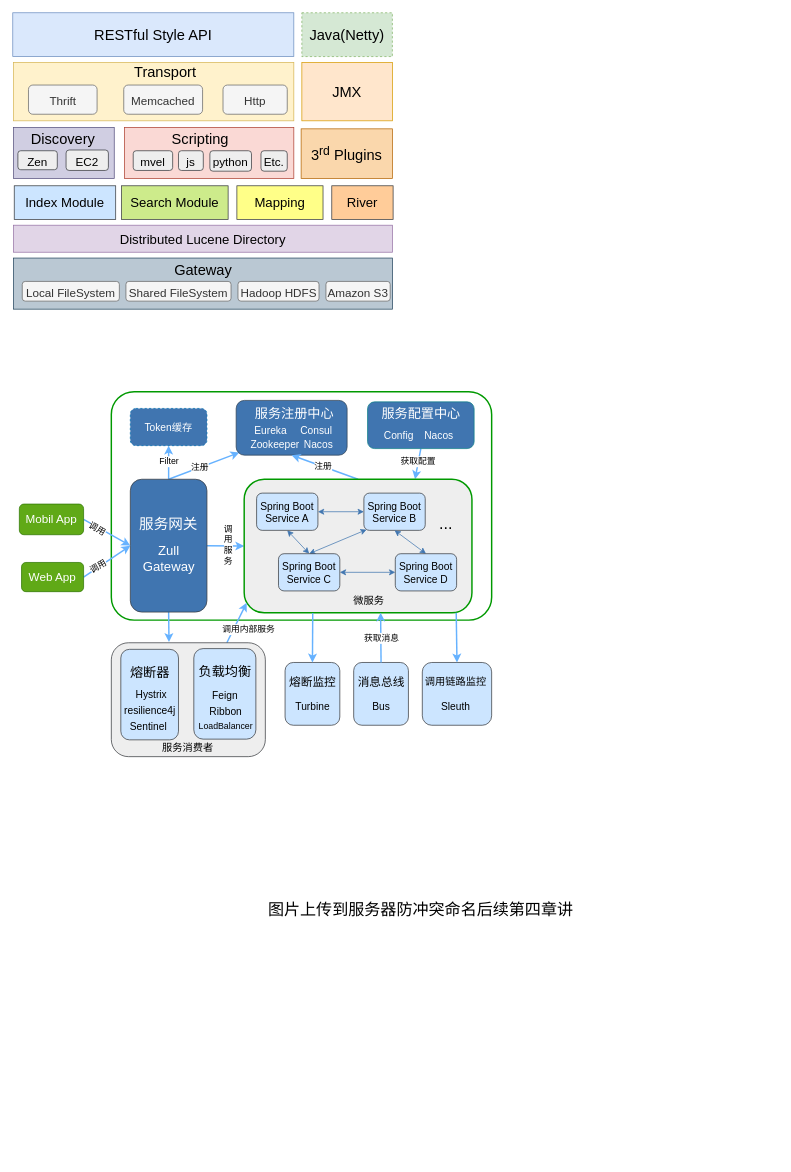
Before: page "第 3 页" (3 of 4) of 未命名绘图.drawio in Life-Cycle/xixi, a draw.io diagram. Source tidied: cells renumbered, new cells numbered last; positions are measured from the earlier drawing's top-left corner, leaving out a move shared by most shapes. Both pictures are drawn from the tidied source at 73%, with x=0, y=0 at pixel (12, 12).
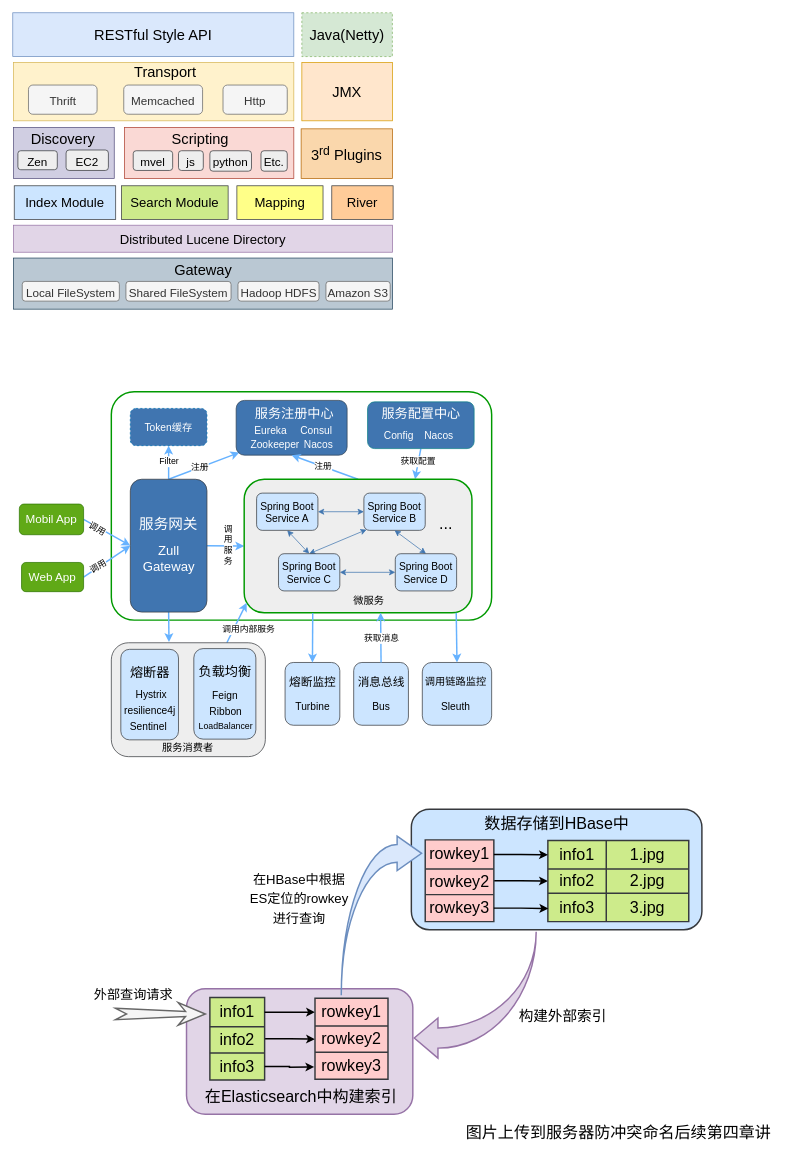
The same page after the edit.

What changed in the source:
```diff
@@
     <mxCell id="103" value="&lt;p class=&quot;MsoNormal&quot; style=&quot;text-indent: 24.0pt ; line-height: 20.0pt&quot;&gt;&lt;span&gt;&lt;font color=&quot;#000000&quot;&gt;图片上传到服务器防冲突命名后续第四章讲&lt;/font&gt;&lt;/span&gt;&lt;span lang=&quot;EN-US&quot; style=&quot;font-family: &amp;#34;times new roman&amp;#34; , serif&quot;&gt;&lt;/span&gt;&lt;/p&gt;" style="text;whiteSpace=wrap;html=1;fontSize=22;fontColor=#4075B0;" parent="1" vertex="1">
-      <mxGeometry x="316.4" y="1188.2" width="461" height="76" as="geometry" />
+      <mxGeometry x="587" y="1493" width="461" height="76" as="geometry" />
     </mxCell>
+    <mxCell id="104" style="rounded=1;whiteSpace=wrap;html=1;labelBackgroundColor=none;fontSize=22;strokeColor=#36393d;strokeWidth=2;fillColor=#cce5ff;" parent="1" vertex="1">
+      <mxGeometry x="546" y="1091" width="398" height="165" as="geometry" />
+    </mxCell>
+    <mxCell id="105" value="数据存储到HBase中" style="text;html=1;strokeColor=none;fillColor=none;align=center;verticalAlign=middle;whiteSpace=wrap;rounded=0;labelBackgroundColor=none;fontSize=22;fontColor=#000000;" parent="1" vertex="1">
+      <mxGeometry x="637.5" y="1096" width="215" height="30" as="geometry" />
+    </mxCell>
+    <mxCell id="106" style="rounded=1;whiteSpace=wrap;html=1;labelBackgroundColor=none;fontSize=22;strokeColor=#9673a6;strokeWidth=2;fillColor=#e1d5e7;" parent="1" vertex="1">
+      <mxGeometry x="238" y="1337" width="310" height="172" as="geometry" />
+    </mxCell>
+    <mxCell id="107" value="在Elasticsearch中构建索引" style="text;html=1;strokeColor=none;fillColor=none;align=center;verticalAlign=middle;whiteSpace=wrap;rounded=0;labelBackgroundColor=none;fontSize=22;fontColor=#000000;" parent="1" vertex="1">
+      <mxGeometry x="261.8" y="1470" width="265.5" height="30" as="geometry" />
+    </mxCell>
+    <mxCell id="108" style="rounded=0;jettySize=auto;html=1;exitX=1;exitY=0.5;exitDx=0;exitDy=0;entryX=0;entryY=0.5;entryDx=0;entryDy=0;fontSize=22;fontColor=#000000;startArrow=none;startFill=0;endArrow=classic;endFill=1;strokeColor=#000000;strokeWidth=2;edgeStyle=orthogonalEdgeStyle;" parent="1" edge="1" source="109" target="120">
+      <mxGeometry relative="1" as="geometry" />
+    </mxCell>
+    <mxCell id="109" style="shape=table;startSize=0;childLayout=tableLayout;labelBackgroundColor=none;fontSize=22;strokeColor=#36393d;strokeWidth=2;fillColor=#ffcccc;" parent="1" vertex="1">
+      <mxGeometry x="565" y="1133" width="94" height="112" as="geometry" />
+    </mxCell>
+    <mxCell id="110" style="shape=tableRow;horizontal=0;startSize=0;swimlaneHead=0;swimlaneBody=0;top=0;left=0;bottom=0;right=0;fillColor=none;points=[[0,0.5],[1,0.5]];portConstraint=eastwest;labelBackgroundColor=none;fontSize=22;fontColor=#000000;strokeColor=#000000;strokeWidth=2;" parent="109" vertex="1">
+      <mxGeometry width="94" height="40" as="geometry" />
+    </mxCell>
+    <mxCell id="111" value="&lt;span&gt;rowkey1&lt;/span&gt;" style="shape=partialRectangle;html=1;whiteSpace=wrap;overflow=hidden;fillColor=none;top=0;left=0;bottom=0;right=0;labelBackgroundColor=none;fontSize=22;fontColor=#000000;strokeColor=#000000;strokeWidth=2;" parent="110" vertex="1">
+      <mxGeometry width="94" height="40" as="geometry" />
+    </mxCell>
+    <mxCell id="112" style="shape=tableRow;horizontal=0;startSize=0;swimlaneHead=0;swimlaneBody=0;top=0;left=0;bottom=0;right=0;fillColor=none;labelBackgroundColor=none;fontSize=22;fontColor=#000000;strokeColor=#000000;strokeWidth=2;" parent="109" vertex="1">
+      <mxGeometry y="40" width="94" height="35" as="geometry" />
+    </mxCell>
+    <mxCell id="113" value="&lt;span&gt;rowkey2&lt;/span&gt;" style="shape=partialRectangle;html=1;whiteSpace=wrap;overflow=hidden;fillColor=none;top=0;left=0;bottom=0;right=0;labelBackgroundColor=none;fontSize=22;fontColor=#000000;strokeColor=#000000;strokeWidth=2;" parent="112" vertex="1">
+      <mxGeometry width="94" height="35" as="geometry" />
+    </mxCell>
+    <mxCell id="114" style="shape=tableRow;horizontal=0;startSize=0;swimlaneHead=0;swimlaneBody=0;top=0;left=0;bottom=0;right=0;fillColor=none;points=[[0,0.5],[1,0.5]];portConstraint=eastwest;labelBackgroundColor=none;fontSize=22;fontColor=#000000;strokeColor=#000000;strokeWidth=2;" parent="109" vertex="1">
+      <mxGeometry y="75" width="94" height="37" as="geometry" />
+    </mxCell>
+    <mxCell id="115" value="&lt;span&gt;rowkey3&lt;/span&gt;" style="shape=partialRectangle;html=1;whiteSpace=wrap;overflow=hidden;fillColor=none;top=0;left=0;bottom=0;right=0;labelBackgroundColor=none;fontSize=22;fontColor=#000000;strokeColor=#000000;strokeWidth=2;" parent="114" vertex="1">
+      <mxGeometry width="94" height="37" as="geometry" />
+    </mxCell>
+    <mxCell id="116" style="shape=table;startSize=0;childLayout=tableLayout;labelBackgroundColor=none;fontSize=22;strokeColor=#36393d;strokeWidth=2;fillColor=#cdeb8b;" parent="1" vertex="1">
+      <mxGeometry x="733" y="1134" width="193" height="111" as="geometry" />
+    </mxCell>
+    <mxCell id="117" style="shape=tableRow;horizontal=0;startSize=0;swimlaneHead=0;swimlaneBody=0;top=0;left=0;bottom=0;right=0;fillColor=none;points=[[0,0.5],[1,0.5]];portConstraint=eastwest;labelBackgroundColor=none;fontSize=22;fontColor=#000000;strokeColor=#000000;strokeWidth=2;" parent="116" vertex="1">
+      <mxGeometry width="193" height="39" as="geometry" />
+    </mxCell>
+    <mxCell id="118" value="info1" style="shape=partialRectangle;html=1;whiteSpace=wrap;overflow=hidden;fillColor=none;top=0;left=0;bottom=0;right=0;labelBackgroundColor=none;fontSize=22;fontColor=#000000;strokeColor=#000000;strokeWidth=2;" parent="117" vertex="1">
+      <mxGeometry width="80" height="39" as="geometry" />
+    </mxCell>
+    <mxCell id="119" value="1.jpg" style="shape=partialRectangle;html=1;whiteSpace=wrap;overflow=hidden;fillColor=none;top=0;left=0;bottom=0;right=0;labelBackgroundColor=none;fontSize=22;fontColor=#000000;strokeColor=#000000;strokeWidth=2;" parent="117" vertex="1">
+      <mxGeometry x="80" width="113" height="39" as="geometry" />
+    </mxCell>
+    <mxCell id="120" style="shape=tableRow;horizontal=0;startSize=0;swimlaneHead=0;swimlaneBody=0;top=0;left=0;bottom=0;right=0;fillColor=none;points=[[0,0.5],[1,0.5]];portConstraint=eastwest;labelBackgroundColor=none;fontSize=22;fontColor=#000000;strokeColor=#000000;strokeWidth=2;" parent="116" vertex="1">
+      <mxGeometry y="39" width="193" height="33" as="geometry" />
+    </mxCell>
+    <mxCell id="121" value="info2" style="shape=partialRectangle;html=1;whiteSpace=wrap;overflow=hidden;fillColor=none;top=0;left=0;bottom=0;right=0;labelBackgroundColor=none;fontSize=22;fontColor=#000000;strokeColor=#000000;strokeWidth=2;" parent="120" vertex="1">
+      <mxGeometry width="80" height="33" as="geometry" />
+    </mxCell>
+    <mxCell id="122" value="2.jpg" style="shape=partialRectangle;html=1;whiteSpace=wrap;overflow=hidden;fillColor=none;top=0;left=0;bottom=0;right=0;labelBackgroundColor=none;fontSize=22;fontColor=#000000;strokeColor=#000000;strokeWidth=2;" parent="120" vertex="1">
+      <mxGeometry x="80" width="113" height="33" as="geometry" />
+    </mxCell>
+    <mxCell id="123" style="shape=tableRow;horizontal=0;startSize=0;swimlaneHead=0;swimlaneBody=0;top=0;left=0;bottom=0;right=0;fillColor=none;labelBackgroundColor=none;fontSize=22;fontColor=#000000;strokeColor=#000000;strokeWidth=2;" parent="116" vertex="1">
+      <mxGeometry y="72" width="193" height="39" as="geometry" />
+    </mxCell>
+    <mxCell id="124" value="info3" style="shape=partialRectangle;html=1;whiteSpace=wrap;overflow=hidden;fillColor=none;top=0;left=0;bottom=0;right=0;labelBackgroundColor=none;fontSize=22;fontColor=#000000;strokeColor=#000000;strokeWidth=2;" parent="123" vertex="1">
+      <mxGeometry width="80" height="39" as="geometry" />
+    </mxCell>
+    <mxCell id="125" value="3.jpg" style="shape=partialRectangle;html=1;whiteSpace=wrap;overflow=hidden;fillColor=none;top=0;left=0;bottom=0;right=0;labelBackgroundColor=none;fontSize=22;fontColor=#000000;strokeColor=#000000;strokeWidth=2;" parent="123" vertex="1">
+      <mxGeometry x="80" width="113" height="39" as="geometry" />
+    </mxCell>
+    <mxCell id="126" style="edgeStyle=orthogonalEdgeStyle;rounded=0;jettySize=auto;html=1;exitX=1;exitY=0.5;exitDx=0;exitDy=0;entryX=0;entryY=0.5;entryDx=0;entryDy=0;fontSize=22;fontColor=#000000;startArrow=none;startFill=0;endArrow=classic;endFill=1;strokeColor=#000000;strokeWidth=2;" parent="1" edge="1" source="110" target="117">
+      <mxGeometry relative="1" as="geometry" />
+    </mxCell>
+    <mxCell id="127" style="edgeStyle=orthogonalEdgeStyle;rounded=0;jettySize=auto;html=1;exitX=1;exitY=0.5;exitDx=0;exitDy=0;entryX=0.003;entryY=0.838;entryDx=0;entryDy=0;entryPerimeter=0;fontSize=22;fontColor=#000000;startArrow=none;startFill=0;endArrow=classic;endFill=1;strokeColor=#000000;strokeWidth=2;" parent="1" edge="1" source="114" target="116">
+      <mxGeometry relative="1" as="geometry" />
+    </mxCell>
+    <mxCell id="128" style="edgeStyle=orthogonalEdgeStyle;rounded=0;jettySize=auto;html=1;exitX=1;exitY=0.5;exitDx=0;exitDy=0;entryX=0;entryY=0.5;entryDx=0;entryDy=0;fontSize=22;fontColor=#000000;startArrow=none;startFill=0;endArrow=classic;endFill=1;strokeColor=#000000;strokeWidth=2;" parent="1" edge="1" source="129" target="140">
+      <mxGeometry relative="1" as="geometry" />
+    </mxCell>
+    <mxCell id="129" style="shape=table;startSize=0;childLayout=tableLayout;labelBackgroundColor=none;fontSize=22;strokeColor=#36393d;strokeWidth=2;fillColor=#cdeb8b;" parent="1" vertex="1">
+      <mxGeometry x="270" y="1349" width="75" height="113" as="geometry" />
+    </mxCell>
+    <mxCell id="130" style="shape=tableRow;horizontal=0;startSize=0;swimlaneHead=0;swimlaneBody=0;top=0;left=0;bottom=0;right=0;fillColor=none;points=[[0,0.5],[1,0.5]];portConstraint=eastwest;labelBackgroundColor=none;fontSize=22;fontColor=#000000;strokeColor=#000000;strokeWidth=2;" parent="129" vertex="1">
+      <mxGeometry width="75" height="40" as="geometry" />
+    </mxCell>
+    <mxCell id="131" value="&lt;span&gt;info1&lt;/span&gt;" style="shape=partialRectangle;html=1;whiteSpace=wrap;overflow=hidden;fillColor=none;top=0;left=0;bottom=0;right=0;labelBackgroundColor=none;fontSize=22;fontColor=#000000;strokeColor=#000000;strokeWidth=2;" parent="130" vertex="1">
+      <mxGeometry width="75" height="40" as="geometry" />
+    </mxCell>
+    <mxCell id="132" style="shape=tableRow;horizontal=0;startSize=0;swimlaneHead=0;swimlaneBody=0;top=0;left=0;bottom=0;right=0;fillColor=none;labelBackgroundColor=none;fontSize=22;fontColor=#000000;strokeColor=#000000;strokeWidth=2;" parent="129" vertex="1">
+      <mxGeometry y="40" width="75" height="36" as="geometry" />
+    </mxCell>
+    <mxCell id="133" value="&lt;span&gt;info2&lt;/span&gt;" style="shape=partialRectangle;html=1;whiteSpace=wrap;overflow=hidden;fillColor=none;top=0;left=0;bottom=0;right=0;labelBackgroundColor=none;fontSize=22;fontColor=#000000;strokeColor=#000000;strokeWidth=2;" parent="132" vertex="1">
+      <mxGeometry width="75" height="36" as="geometry" />
+    </mxCell>
+    <mxCell id="134" style="shape=tableRow;horizontal=0;startSize=0;swimlaneHead=0;swimlaneBody=0;top=0;left=0;bottom=0;right=0;fillColor=none;points=[[0,0.5],[1,0.5]];portConstraint=eastwest;labelBackgroundColor=none;fontSize=22;fontColor=#000000;strokeColor=#000000;strokeWidth=2;" parent="129" vertex="1">
+      <mxGeometry y="76" width="75" height="37" as="geometry" />
+    </mxCell>
+    <mxCell id="135" value="&lt;span&gt;info3&lt;/span&gt;" style="shape=partialRectangle;html=1;whiteSpace=wrap;overflow=hidden;fillColor=none;top=0;left=0;bottom=0;right=0;labelBackgroundColor=none;fontSize=22;fontColor=#000000;strokeColor=#000000;strokeWidth=2;" parent="134" vertex="1">
+      <mxGeometry width="75" height="37" as="geometry" />
+    </mxCell>
+    <mxCell id="136" style="edgeStyle=orthogonalEdgeStyle;rounded=0;jettySize=auto;html=1;exitX=1;exitY=0.5;exitDx=0;exitDy=0;fontSize=22;fontColor=#000000;startArrow=none;startFill=0;endArrow=classic;endFill=1;strokeColor=#000000;strokeWidth=2;entryX=0;entryY=0.5;entryDx=0;entryDy=0;" parent="1" edge="1" source="130" target="138">
+      <mxGeometry relative="1" as="geometry" />
+    </mxCell>
+    <mxCell id="137" style="shape=table;startSize=0;childLayout=tableLayout;labelBackgroundColor=none;fontSize=22;strokeColor=#36393d;strokeWidth=2;fillColor=#ffcccc;" parent="1" vertex="1">
+      <mxGeometry x="414" y="1350" width="100" height="111" as="geometry" />
+    </mxCell>
+    <mxCell id="138" style="shape=tableRow;horizontal=0;startSize=0;swimlaneHead=0;swimlaneBody=0;top=0;left=0;bottom=0;right=0;fillColor=none;points=[[0,0.5],[1,0.5]];portConstraint=eastwest;labelBackgroundColor=none;fontSize=22;fontColor=#000000;strokeColor=#000000;strokeWidth=2;" parent="137" vertex="1">
+      <mxGeometry width="100" height="38" as="geometry" />
+    </mxCell>
+    <mxCell id="139" value="rowkey1" style="shape=partialRectangle;html=1;whiteSpace=wrap;overflow=hidden;fillColor=none;top=0;left=0;bottom=0;right=0;labelBackgroundColor=none;fontSize=22;fontColor=#000000;strokeColor=#000000;strokeWidth=2;" parent="138" vertex="1">
+      <mxGeometry width="100" height="38" as="geometry" />
+    </mxCell>
+    <mxCell id="140" style="shape=tableRow;horizontal=0;startSize=0;swimlaneHead=0;swimlaneBody=0;top=0;left=0;bottom=0;right=0;fillColor=none;points=[[0,0.5],[1,0.5]];portConstraint=eastwest;labelBackgroundColor=none;fontSize=22;fontColor=#000000;strokeColor=#000000;strokeWidth=2;" parent="137" vertex="1">
+      <mxGeometry y="38" width="100" height="36" as="geometry" />
+    </mxCell>
+    <mxCell id="141" value="&lt;span&gt;rowkey2&lt;/span&gt;" style="shape=partialRectangle;html=1;whiteSpace=wrap;overflow=hidden;fillColor=none;top=0;left=0;bottom=0;right=0;labelBackgroundColor=none;fontSize=22;fontColor=#000000;strokeColor=#000000;strokeWidth=2;" parent="140" vertex="1">
+      <mxGeometry width="100" height="36" as="geometry" />
+    </mxCell>
+    <mxCell id="142" style="shape=tableRow;horizontal=0;startSize=0;swimlaneHead=0;swimlaneBody=0;top=0;left=0;bottom=0;right=0;fillColor=none;labelBackgroundColor=none;fontSize=22;fontColor=#000000;strokeColor=#000000;strokeWidth=2;" parent="137" vertex="1">
+      <mxGeometry y="74" width="100" height="37" as="geometry" />
+    </mxCell>
+    <mxCell id="143" value="&lt;span&gt;rowkey3&lt;/span&gt;" style="shape=partialRectangle;html=1;whiteSpace=wrap;overflow=hidden;fillColor=none;top=0;left=0;bottom=0;right=0;labelBackgroundColor=none;fontSize=22;fontColor=#000000;strokeColor=#000000;strokeWidth=2;" parent="142" vertex="1">
+      <mxGeometry width="100" height="37" as="geometry" />
+    </mxCell>
+    <mxCell id="144" style="edgeStyle=orthogonalEdgeStyle;rounded=0;jettySize=auto;html=1;exitX=1;exitY=0.5;exitDx=0;exitDy=0;fontSize=22;fontColor=#000000;startArrow=none;startFill=0;endArrow=classic;endFill=1;strokeColor=#000000;strokeWidth=2;" parent="1" edge="1" source="134">
+      <mxGeometry relative="1" as="geometry">
+        <mxPoint x="413" y="1444" as="targetPoint" />
+      </mxGeometry>
+    </mxCell>
+    <mxCell id="145" value="&lt;font style=&quot;font-size: 20px&quot;&gt;构建外部索引&lt;/font&gt;" style="text;html=1;align=center;verticalAlign=middle;strokeColor=none;fillColor=none;fontSize=22;fontColor=#000000;" parent="1" vertex="1">
+      <mxGeometry x="687" y="1359" width="131" height="32" as="geometry" />
+    </mxCell>
+    <mxCell id="146" style="html=1;shadow=0;dashed=0;align=center;verticalAlign=middle;shape=mxgraph.arrows2.stylisedArrow;dy=0.77;dx=27.22;notch=15;feather=0.5;labelBackgroundColor=none;fontSize=18;fontColor=#333333;strokeColor=#666666;strokeWidth=2;fillColor=#f5f5f5;" parent="1" vertex="1">
+      <mxGeometry x="140.8" y="1356" width="123" height="31" as="geometry" />
+    </mxCell>
+    <mxCell id="147" value="&lt;span style=&quot;font-size: 18px&quot;&gt;外部查询请求&lt;/span&gt;" style="text;html=1;align=center;verticalAlign=middle;strokeColor=none;fillColor=none;fontSize=22;fontColor=#000000;" parent="1" vertex="1">
+      <mxGeometry x="105" y="1327" width="119" height="33" as="geometry" />
+    </mxCell>
+    <mxCell id="148" style="html=1;shadow=0;dashed=0;align=center;verticalAlign=middle;shape=mxgraph.arrows2.jumpInArrow;dy=12.17;dx=33.5;arrowHead=47;labelBackgroundColor=none;fontSize=18;strokeColor=#6c8ebf;strokeWidth=2;fillColor=#dae8fc;flipV=0;flipH=0;" parent="1" vertex="1">
+      <mxGeometry x="450" y="1128" width="110" height="218" as="geometry" />
+    </mxCell>
+    <mxCell id="149" value="&lt;span style=&quot;font-size: 18px&quot;&gt;在HBase中根据&lt;br&gt;&lt;/span&gt;&lt;span style=&quot;font-size: 18px&quot;&gt;ES定位的rowkey&lt;br&gt;进行&lt;/span&gt;&lt;span style=&quot;font-size: 18px&quot;&gt;查询&lt;br&gt;&lt;/span&gt;" style="text;html=1;align=center;verticalAlign=middle;strokeColor=none;fillColor=none;fontSize=22;fontColor=#000000;" parent="1" vertex="1">
+      <mxGeometry x="319" y="1169" width="146" height="88" as="geometry" />
+    </mxCell>
+    <mxCell id="150" style="html=1;shadow=0;dashed=0;align=center;verticalAlign=middle;shape=mxgraph.arrows2.jumpInArrow;dy=13.79;dx=32.43;arrowHead=55;labelBackgroundColor=none;fontSize=20;strokeColor=#9673a6;strokeWidth=2;fillColor=#e1d5e7;flipH=1;flipV=1;" parent="1" vertex="1">
+      <mxGeometry x="550" y="1259" width="167" height="173" as="geometry" />
+    </mxCell>
```
